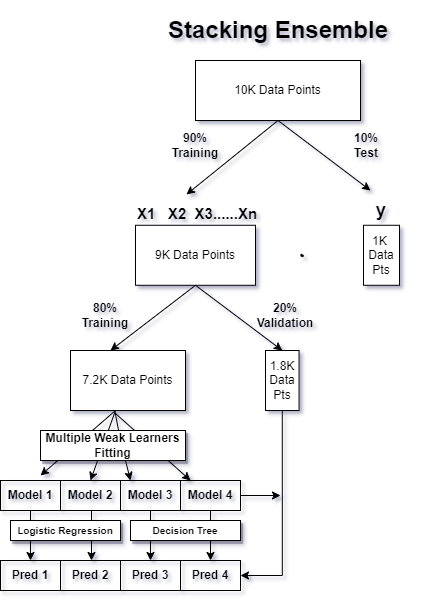
PBPatil/Stacking_ensemble keeps this draw.io diagram as Working of Manual Stacking Ensemble.drawio.png. Above is the earlier version. Source tidied: cells renumbered, new cells last; positions are measured from the earlier drawing's top-left corner, leaving out a move shared by most shapes.
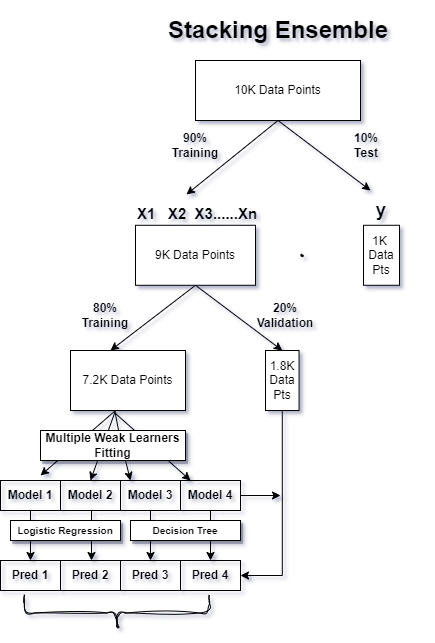
Later version of the same file.

Change to the diagram source:
```diff
@@ -138,5 +138,8 @@
     <mxCell id="39" value="&lt;b&gt;&lt;font style=&quot;font-size: 10px;&quot;&gt;Decision Tree&lt;/font&gt;&lt;/b&gt;" style="text;strokeColor=default;align=center;fillColor=default;html=1;verticalAlign=middle;whiteSpace=wrap;rounded=0;shadow=1;" parent="1" vertex="1">
       <mxGeometry x="130" y="500" width="110" height="20" as="geometry" />
     </mxCell>
+    <mxCell id="40" style="shape=curlyBracket;whiteSpace=wrap;html=1;rounded=1;labelPosition=left;verticalLabelPosition=middle;align=right;verticalAlign=middle;sketch=1;hachureGap=4;jiggle=2;curveFitting=1;fontFamily=Architects Daughter;fontSource=https%3A%2F%2Ffonts.googleapis.com%2Fcss%3Ffamily%3DArchitects%2BDaughter;fontSize=20;size=0.5;rotation=-90;" parent="1" vertex="1">
+      <mxGeometry x="98" y="500" width="37" height="185" as="geometry" />
+    </mxCell>
   </root>
 </mxGraphModel>
```
